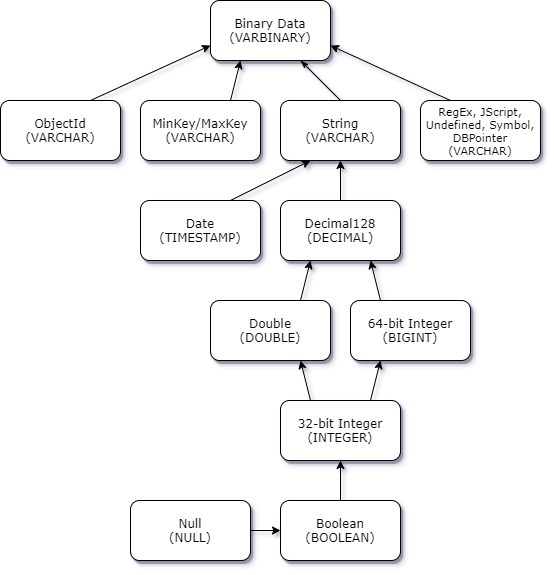
Before: src/markdown/images/schema-discovery/scalardatatypepromotion-opaque.png, a diagram exported from draw.io (aws/amazon-documentdb-jdbc-driver). Source tidied: cells renumbered, new cells last; positions are measured from the earlier drawing's top-left corner, leaving out a move shared by most shapes.
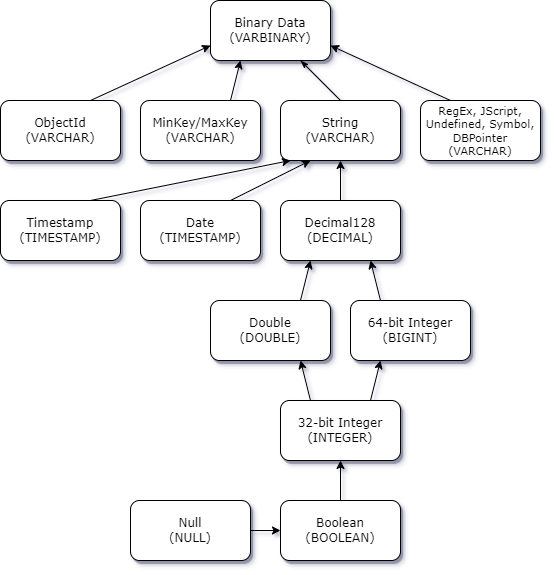
Later version of the same file.

Change to the diagram source:
```diff
@@ -74,5 +74,13 @@
     <mxCell id="25" value="&lt;font style=&quot;font-size: 12px&quot;&gt;Decimal128&lt;br&gt;(DECIMAL)&lt;/font&gt;" style="whiteSpace=wrap;html=1;rounded=1;shadow=1;labelBackgroundColor=none;strokeWidth=1;fontFamily=Verdana;fontSize=11;align=center;" parent="1" vertex="1">
       <mxGeometry x="280" y="200" width="120" height="60" as="geometry" />
     </mxCell>
+    <mxCell id="26" value="Timestamp&lt;br&gt;(TIMESTAMP)" style="whiteSpace=wrap;html=1;rounded=1;shadow=1;labelBackgroundColor=none;strokeWidth=1;fontFamily=Verdana;fontSize=12;align=center;" parent="1" vertex="1">
+      <mxGeometry y="200" width="120" height="60" as="geometry" />
+    </mxCell>
+    <mxCell id="27" style="endArrow=classic;html=1;exitX=0.75;exitY=0;exitDx=0;exitDy=0;" parent="1" edge="1" source="26">
+      <mxGeometry relative="1" as="geometry">
+        <mxPoint x="290" y="160" as="targetPoint" />
+      </mxGeometry>
+    </mxCell>
   </root>
 </mxGraphModel>
```
